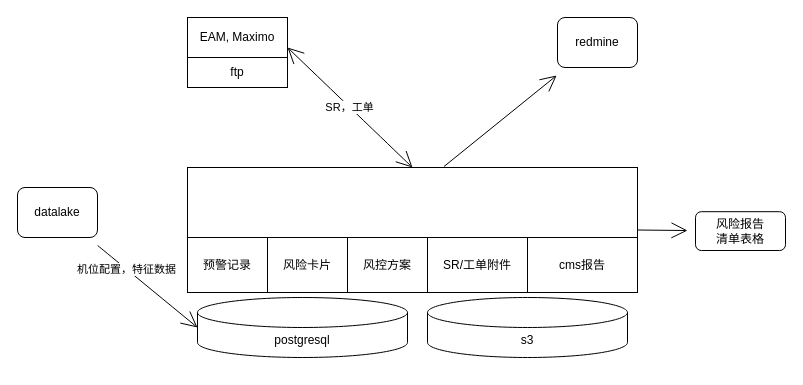
This is 云端透视.drawio from tonyleifang/tony, a draw.io file, before an edit. Source tidied: cells renumbered, new cells numbered last; positions are measured from the earlier drawing's top-left corner, leaving out a move shared by most shapes. Both pictures are drawn from the tidied source at 100%, with x=0, y=0 at pixel (17, 17).
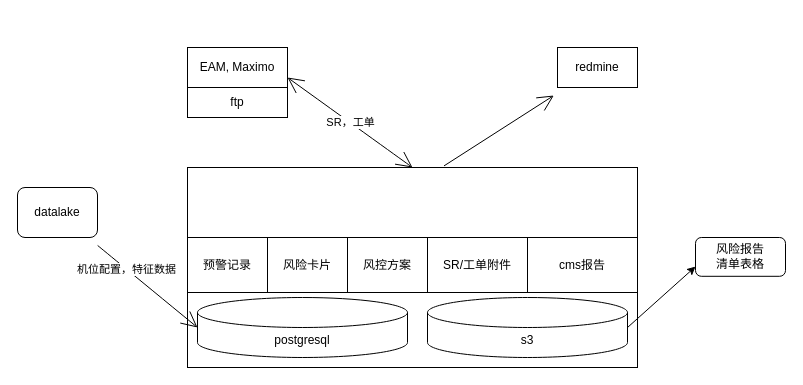
After the change.

Commit message:
更新云端透视.drawio

What changed in the source:
```diff
@@
     <mxCell id="3" value="风险报告&lt;br&gt;清单表格" style="rounded=1;whiteSpace=wrap;html=1;hachureGap=4;" parent="1" vertex="1">
-      <mxGeometry x="678" y="194.2" width="90" height="38.8" as="geometry" />
+      <mxGeometry x="678" y="220" width="90" height="38.8" as="geometry" />
     </mxCell>
     <mxCell id="4" value="EAM, Maximo" style="rounded=0;whiteSpace=wrap;html=1;hachureGap=4;glass=0;" parent="1" vertex="1">
-      <mxGeometry x="170" width="100" height="40" as="geometry" />
+      <mxGeometry x="170" y="30" width="100" height="40" as="geometry" />
     </mxCell>
-    <mxCell id="5" style="edgeStyle=none;rounded=0;jettySize=auto;html=1;exitX=1;exitY=0.5;exitDx=0;exitDy=0;startArrow=none;startFill=0;endArrow=open;startSize=14;endSize=14;sourcePerimeterSpacing=8;targetPerimeterSpacing=8;" parent="1" edge="1" source="6" target="3">
-      <mxGeometry relative="1" as="geometry" />
-    </mxCell>
     <mxCell id="6" style="rounded=0;whiteSpace=wrap;html=1;hachureGap=4;" parent="1" vertex="1">
-      <mxGeometry x="170" y="150" width="450" height="125" as="geometry" />
+      <mxGeometry x="170" y="150" width="450" height="200" as="geometry" />
     </mxCell>
@@
-    <mxCell id="13" value="redmine" style="rounded=1;whiteSpace=wrap;html=1;hachureGap=4;" parent="1" vertex="1">
-      <mxGeometry x="540" width="80" height="50" as="geometry" />
+    <mxCell id="13" value="redmine" style="rounded=0;whiteSpace=wrap;html=1;hachureGap=4;" parent="1" vertex="1">
+      <mxGeometry x="540" y="30" width="80" height="40" as="geometry" />
     </mxCell>
     <mxCell id="14" value="ftp" style="rounded=0;whiteSpace=wrap;html=1;hachureGap=4;" parent="1" vertex="1">
-      <mxGeometry x="170" y="40" width="100" height="30" as="geometry" />
+      <mxGeometry x="170" y="70" width="100" height="30" as="geometry" />
     </mxCell>
@@
+    <mxCell id="20" style="endArrow=classic;html=1;rounded=0;entryX=0;entryY=0.75;entryDx=0;entryDy=0;" parent="1" edge="1" target="3">
+      <mxGeometry relative="1" as="geometry">
+        <mxPoint x="610" y="310" as="sourcePoint" />
+      </mxGeometry>
+    </mxCell>
```
